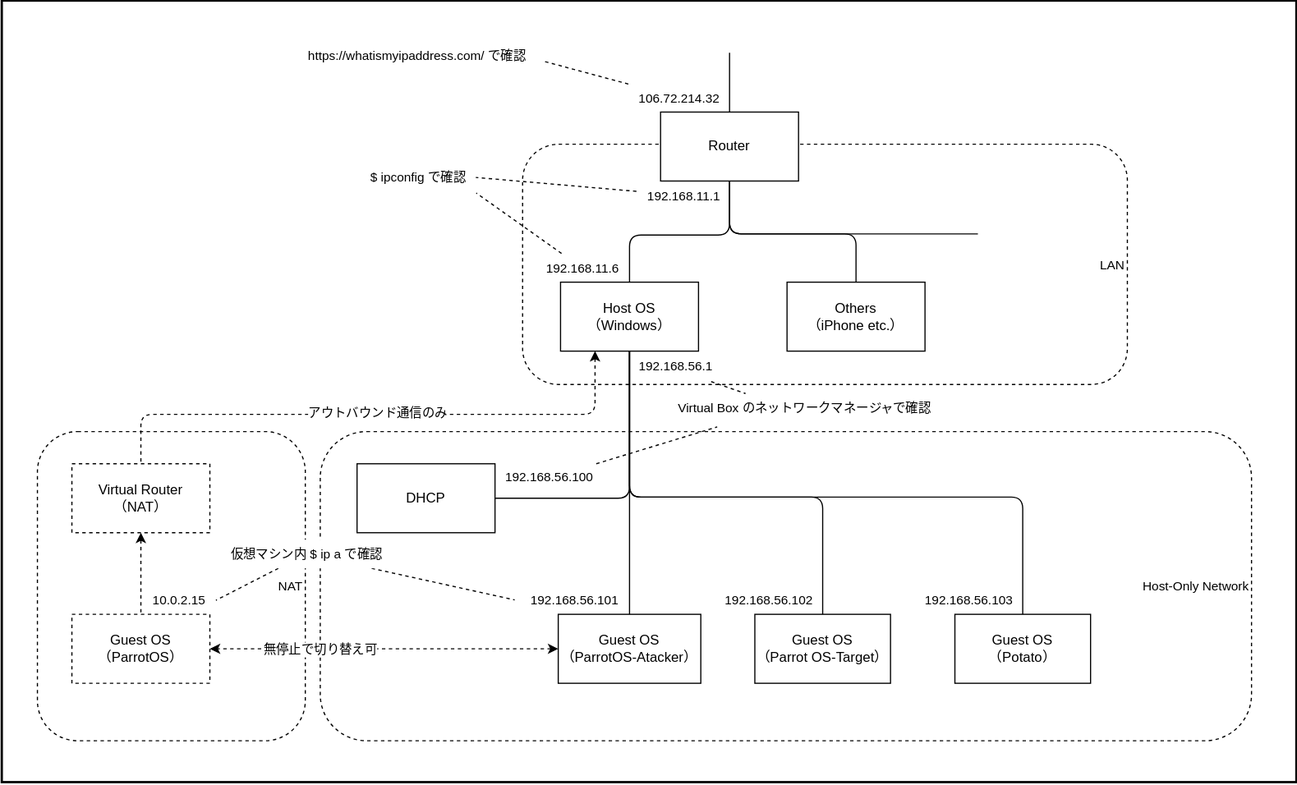
The draw.io diagram diagrams/network-of-hacking-lab.drawio.svg in SOUSUKEKUROSAWA/drawio, before a commit. Source tidied: cells renumbered, new cells last; positions are measured from the earlier drawing's top-left corner, leaving out a move shared by most shapes.
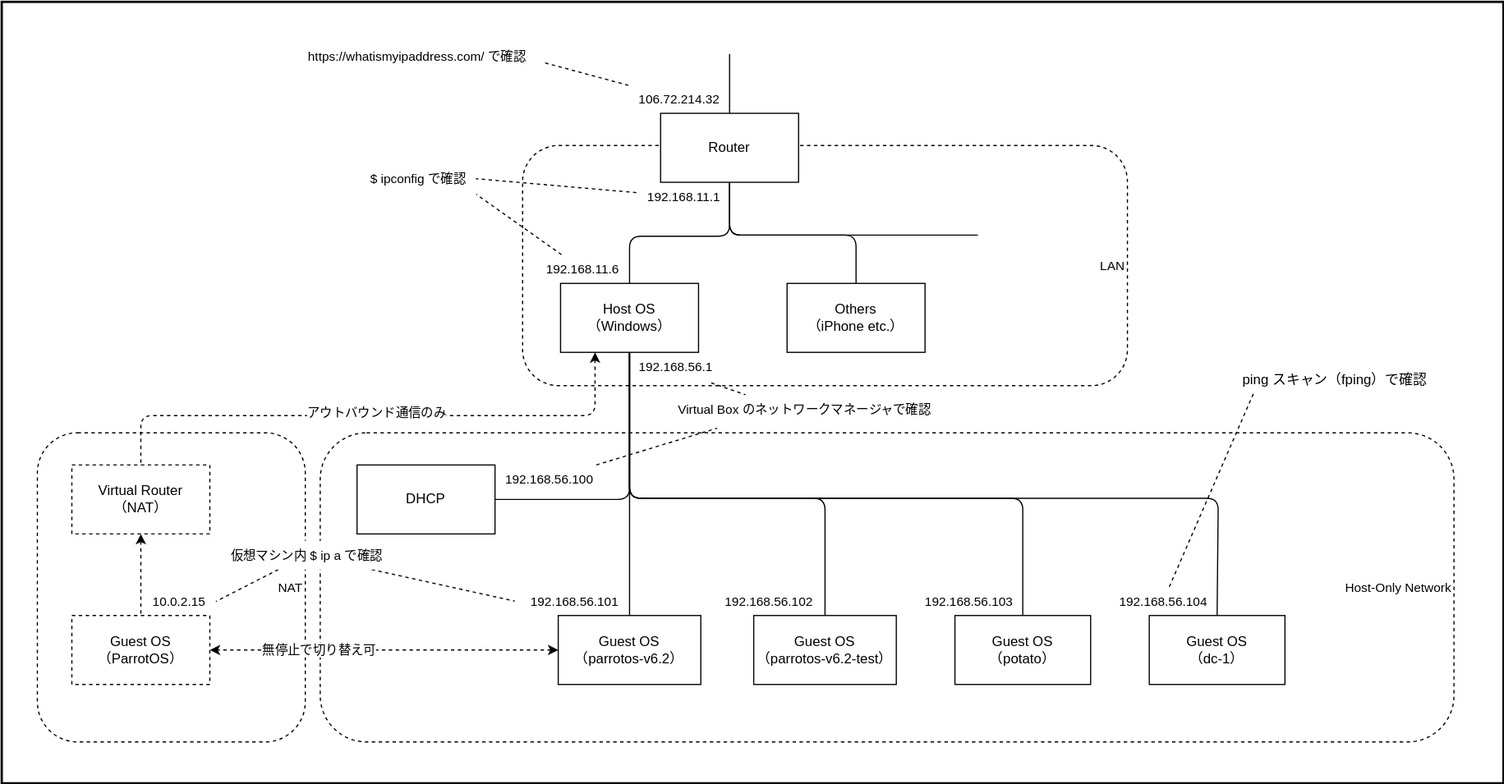
The same file after the commit.

Diff of the diagram source:
```diff
@@ -3,13 +3,13 @@
     <mxCell id="0" />
     <mxCell id="1" parent="0" />
     <mxCell id="2" style="rounded=0;whiteSpace=wrap;html=1;strokeWidth=2;" parent="1" vertex="1">
-      <mxGeometry width="1126" height="680" as="geometry" />
+      <mxGeometry width="1306" height="680" as="geometry" />
     </mxCell>
     <mxCell id="3" value="NAT&amp;nbsp;" style="rounded=1;whiteSpace=wrap;html=1;fontSize=11;fontColor=#000000;fillColor=none;dashed=1;align=right;" parent="1" vertex="1">
       <mxGeometry x="31" y="375" width="233" height="269" as="geometry" />
     </mxCell>
     <mxCell id="4" value="Host-Only Network&amp;nbsp;" style="rounded=1;whiteSpace=wrap;html=1;fontSize=11;fontColor=#000000;fillColor=none;dashed=1;align=right;" parent="1" vertex="1">
-      <mxGeometry x="277" y="375" width="810" height="269" as="geometry" />
+      <mxGeometry x="277" y="375" width="986" height="269" as="geometry" />
     </mxCell>
     <mxCell id="5" value="LAN&amp;nbsp;" style="rounded=1;whiteSpace=wrap;html=1;fontSize=11;fontColor=#000000;fillColor=none;dashed=1;align=right;" parent="1" vertex="1">
       <mxGeometry x="453" y="125" width="526" height="209" as="geometry" />
@@ -79,7 +79,7 @@
       <mxGeometry relative="1" as="geometry">
         <Array as="points">
           <mxPoint x="546" y="432" />
-          <mxPoint x="714" y="432" />
+          <mxPoint x="716" y="432" />
         </Array>
       </mxGeometry>
     </mxCell>
@@ -91,6 +91,14 @@
         </Array>
       </mxGeometry>
     </mxCell>
+    <mxCell id="48" style="edgeStyle=none;html=1;entryX=0.5;entryY=0;entryDx=0;entryDy=0;endArrow=none;endFill=0;" parent="1" edge="1" source="19" target="49">
+      <mxGeometry relative="1" as="geometry">
+        <Array as="points">
+          <mxPoint x="546" y="432" />
+          <mxPoint x="1058" y="432" />
+        </Array>
+      </mxGeometry>
+    </mxCell>
     <mxCell id="19" value="Host OS&lt;br&gt;（Windows）" style="rounded=0;whiteSpace=wrap;html=1;" parent="1" vertex="1">
       <mxGeometry x="486" y="245" width="120" height="60" as="geometry" />
     </mxCell>
@@ -132,7 +140,7 @@
         <mxPoint x="-68" y="4" as="offset" />
       </mxGeometry>
     </mxCell>
-    <mxCell id="32" value="Guest OS&lt;br&gt;（ParrotOS-Atacker）" style="rounded=0;whiteSpace=wrap;html=1;" parent="1" vertex="1">
+    <mxCell id="32" value="Guest OS&lt;br&gt;（parrotos-v6.2）" style="rounded=0;whiteSpace=wrap;html=1;" parent="1" vertex="1">
       <mxGeometry x="484" y="534" width="124" height="60" as="geometry" />
     </mxCell>
     <mxCell id="33" value="https://whatismyipaddress.com/ で確認" style="text;html=1;align=center;verticalAlign=middle;points=[];strokeColor=none;fillColor=none;fontSize=11;fontColor=#000000;" parent="1" vertex="1">
@@ -168,17 +176,29 @@
     <mxCell id="43" value="Virtual Router&lt;br&gt;（NAT）" style="rounded=0;whiteSpace=wrap;html=1;dashed=1;" parent="1" vertex="1">
       <mxGeometry x="61" y="403" width="120" height="60" as="geometry" />
     </mxCell>
-    <mxCell id="44" value="Guest OS&lt;br&gt;（Parrot OS-Target）" style="rounded=0;whiteSpace=wrap;html=1;" parent="1" vertex="1">
-      <mxGeometry x="655" y="534" width="118" height="60" as="geometry" />
+    <mxCell id="44" value="Guest OS&lt;br&gt;（parrotos-v6.2-test）" style="rounded=0;whiteSpace=wrap;html=1;" parent="1" vertex="1">
+      <mxGeometry x="654" y="534" width="124" height="60" as="geometry" />
     </mxCell>
     <mxCell id="45" value="192.168.56.102" style="text;html=1;align=center;verticalAlign=middle;strokeColor=none;fillColor=none;fontSize=11;fontColor=#000000;" parent="1" vertex="1">
       <mxGeometry x="620" y="509" width="94" height="25" as="geometry" />
     </mxCell>
-    <mxCell id="46" value="Guest OS&lt;br&gt;（Potato）" style="rounded=0;whiteSpace=wrap;html=1;" parent="1" vertex="1">
+    <mxCell id="46" value="Guest OS&lt;br&gt;（potato）" style="rounded=0;whiteSpace=wrap;html=1;" parent="1" vertex="1">
       <mxGeometry x="829" y="534" width="118" height="60" as="geometry" />
     </mxCell>
     <mxCell id="47" value="192.168.56.103" style="text;html=1;align=center;verticalAlign=middle;strokeColor=none;fillColor=none;fontSize=11;fontColor=#000000;" parent="1" vertex="1">
       <mxGeometry x="794" y="509" width="94" height="25" as="geometry" />
     </mxCell>
+    <mxCell id="49" value="Guest OS&lt;br&gt;（dc-1）" style="rounded=0;whiteSpace=wrap;html=1;" parent="1" vertex="1">
+      <mxGeometry x="998" y="534" width="118" height="60" as="geometry" />
+    </mxCell>
+    <mxCell id="50" style="edgeStyle=none;html=1;entryX=0.106;entryY=0.933;entryDx=0;entryDy=0;entryPerimeter=0;endArrow=none;endFill=0;dashed=1;" parent="1" edge="1" source="51" target="52">
+      <mxGeometry relative="1" as="geometry" />
+    </mxCell>
+    <mxCell id="51" value="192.168.56.104" style="text;html=1;align=center;verticalAlign=middle;points=[];strokeColor=none;fillColor=none;fontSize=11;fontColor=#000000;" parent="1" vertex="1">
+      <mxGeometry x="963" y="509" width="94" height="25" as="geometry" />
+    </mxCell>
+    <mxCell id="52" value="ping スキャン（fping）で確認" style="text;html=1;align=center;verticalAlign=middle;points=[];strokeColor=none;fillColor=none;" parent="1" vertex="1">
+      <mxGeometry x="1070" y="316" width="178" height="26" as="geometry" />
+    </mxCell>
   </root>
 </mxGraphModel>
```
